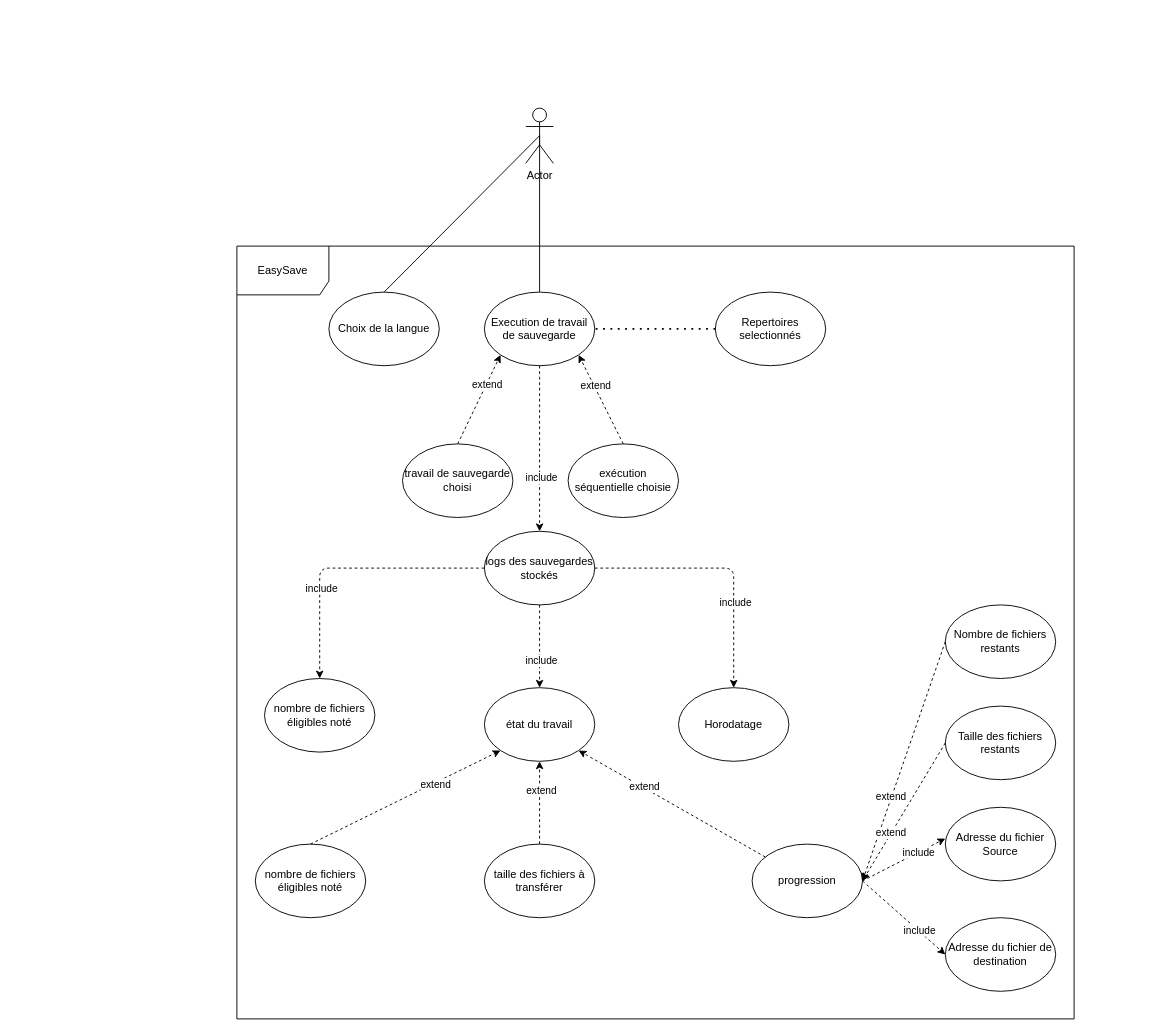
The draw.io diagram Livrable 1/Use_Case_Diagram.drawio in AxokGit/ProgrammationSystemeG1, before the edit. Source tidied: cells renumbered, new cells numbered last; positions are measured from the earlier drawing's top-left corner, leaving out a move shared by most shapes. Both pictures are drawn from the tidied source at 92%, with x=0, y=0 at pixel (236, 108).
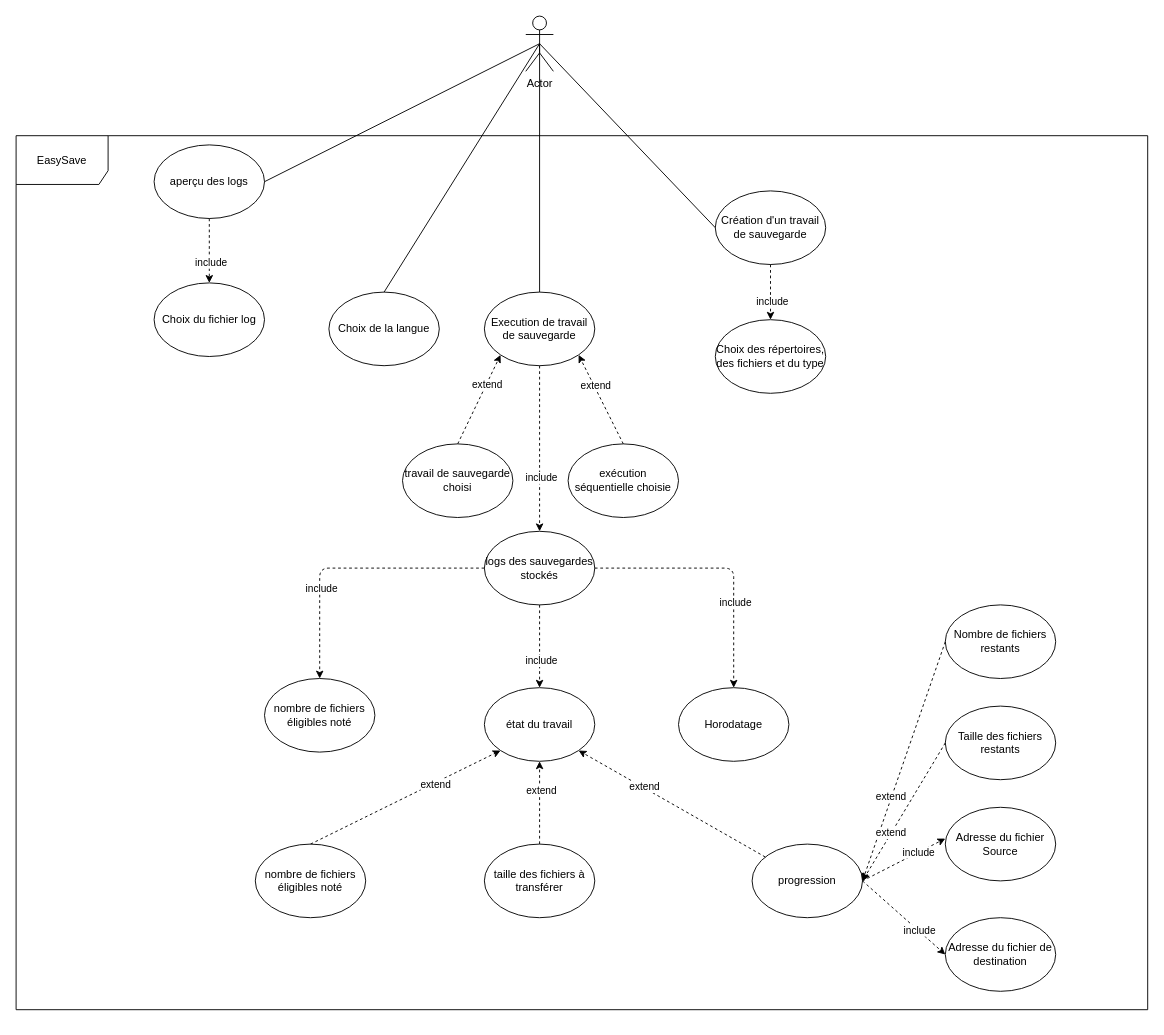
The same page after the edit.

Unchanged cells that the change refers to:
```xml
<mxCell id="5" value="Execution de travail de sauvegarde" style="ellipse;whiteSpace=wrap;html=1;" parent="1" vertex="1">
  <mxGeometry x="269" y="200" width="120" height="80" as="geometry" />
</mxCell>
```

What changed in the source:
```diff
@@
     <mxCell id="2" value="Actor" style="shape=umlActor;verticalLabelPosition=bottom;verticalAlign=top;html=1;outlineConnect=0;" parent="1" vertex="1">
-      <mxGeometry x="314" width="30" height="60" as="geometry" />
+      <mxGeometry x="314" y="-100" width="30" height="60" as="geometry" />
     </mxCell>
@@
-    <mxCell id="9" value="Repertoires selectionnés" style="ellipse;whiteSpace=wrap;html=1;" parent="1" vertex="1">
-      <mxGeometry x="520" y="200" width="120" height="80" as="geometry" />
+    <mxCell id="9" value="Choix des répertoires, des fichiers et du type" style="ellipse;whiteSpace=wrap;html=1;" parent="1" vertex="1">
+      <mxGeometry x="520" y="230" width="120" height="80" as="geometry" />
     </mxCell>
-    <mxCell id="10" style="endArrow=none;dashed=1;html=1;dashPattern=1 3;strokeWidth=2;exitX=0;exitY=0.5;exitDx=0;exitDy=0;entryX=1;entryY=0.5;entryDx=0;entryDy=0;" parent="1" edge="1" source="9" target="5">
-      <mxGeometry relative="1" as="geometry" />
-    </mxCell>
@@
     <mxCell id="48" value="EasySave" style="shape=umlFrame;whiteSpace=wrap;html=1;width=100;height=53;" parent="1" vertex="1">
-      <mxGeometry y="150" width="910" height="840" as="geometry" />
+      <mxGeometry x="-240" y="30" width="1230" height="950" as="geometry" />
     </mxCell>
+    <mxCell id="49" value="Création d'un travail de sauvegarde" style="ellipse;whiteSpace=wrap;html=1;" parent="1" vertex="1">
+      <mxGeometry x="520" y="90" width="120" height="80" as="geometry" />
+    </mxCell>
+    <mxCell id="50" style="endArrow=none;html=1;exitX=0;exitY=0.5;exitDx=0;exitDy=0;entryX=0.5;entryY=0.5;entryDx=0;entryDy=0;entryPerimeter=0;" parent="1" edge="1" source="49" target="2">
+      <mxGeometry relative="1" as="geometry" />
+    </mxCell>
+    <mxCell id="51" style="html=1;labelBackgroundColor=#ffffff;startArrow=none;startFill=0;startSize=6;endArrow=classic;endFill=1;endSize=6;jettySize=auto;strokeWidth=1;dashed=1;fontSize=14;exitX=0.5;exitY=1;exitDx=0;exitDy=0;" parent="1" edge="1" source="49" target="9">
+      <mxGeometry relative="1" as="geometry" />
+    </mxCell>
+    <mxCell id="52" value="include" style="edgeLabel;html=1;align=center;verticalAlign=middle;" parent="51" vertex="1">
+      <mxGeometry x="0.34" y="1" relative="1" as="geometry" />
+    </mxCell>
+    <mxCell id="53" value="aperçu des logs" style="ellipse;whiteSpace=wrap;html=1;" parent="1" vertex="1">
+      <mxGeometry x="-90" y="40" width="120" height="80" as="geometry" />
+    </mxCell>
+    <mxCell id="54" style="endArrow=none;html=1;exitX=1;exitY=0.5;exitDx=0;exitDy=0;entryX=0.5;entryY=0.5;entryDx=0;entryDy=0;entryPerimeter=0;" parent="1" edge="1" source="53" target="2">
+      <mxGeometry relative="1" as="geometry" />
+    </mxCell>
+    <mxCell id="55" style="html=1;labelBackgroundColor=#ffffff;startArrow=none;startFill=0;startSize=6;endArrow=classic;endFill=1;endSize=6;jettySize=auto;strokeWidth=1;dashed=1;fontSize=14;exitX=0.5;exitY=1;exitDx=0;exitDy=0;entryX=0.5;entryY=0;entryDx=0;entryDy=0;" parent="1" edge="1" source="53" target="57">
+      <mxGeometry relative="1" as="geometry" />
+    </mxCell>
+    <mxCell id="56" value="include" style="edgeLabel;html=1;align=center;verticalAlign=middle;" parent="55" vertex="1">
+      <mxGeometry x="0.34" y="1" relative="1" as="geometry" />
+    </mxCell>
+    <mxCell id="57" value="Choix du fichier log" style="ellipse;whiteSpace=wrap;html=1;" parent="1" vertex="1">
+      <mxGeometry x="-90" y="190" width="120" height="80" as="geometry" />
+    </mxCell>
```
